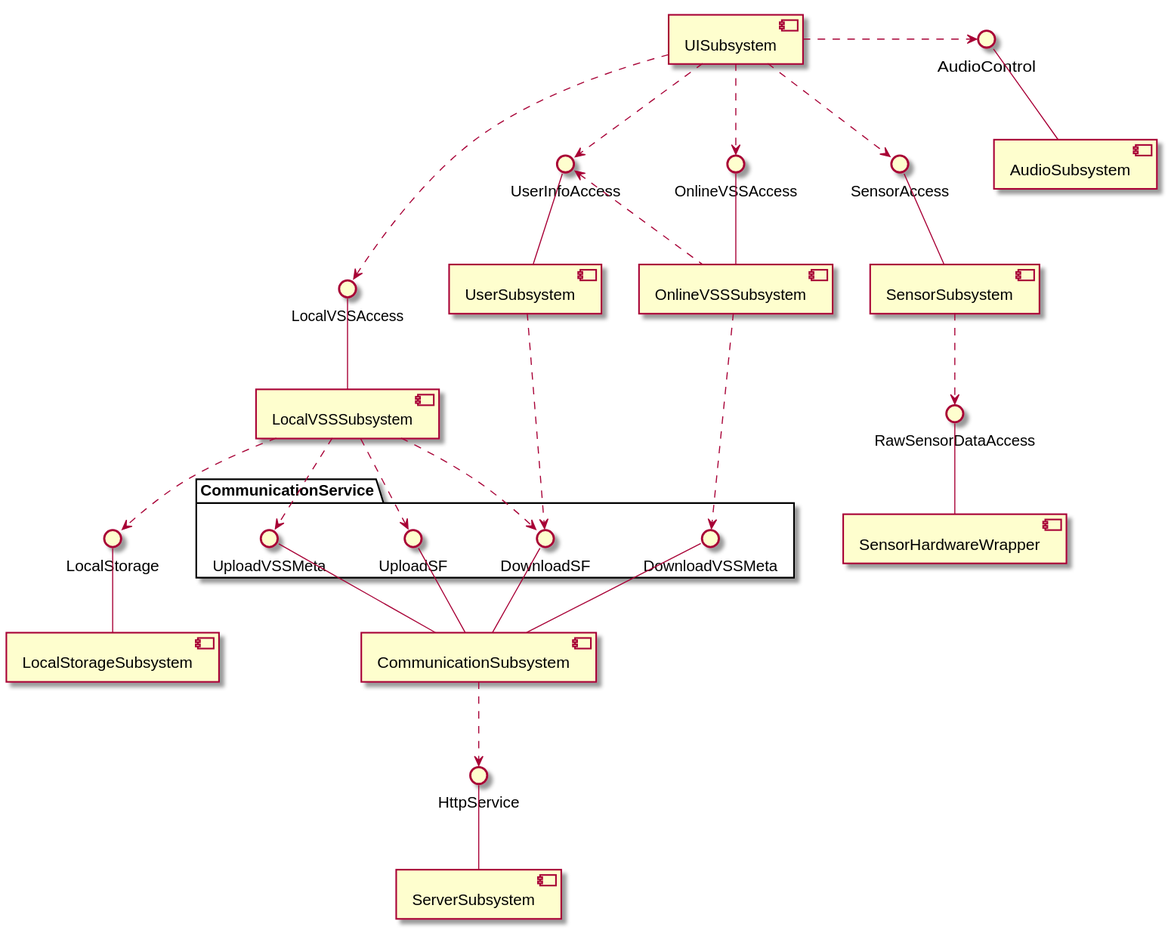
Earlier version of the PlantUML export 设计/Diagrams/SubsystemDecomposition.svg (kpp19920121/doc).
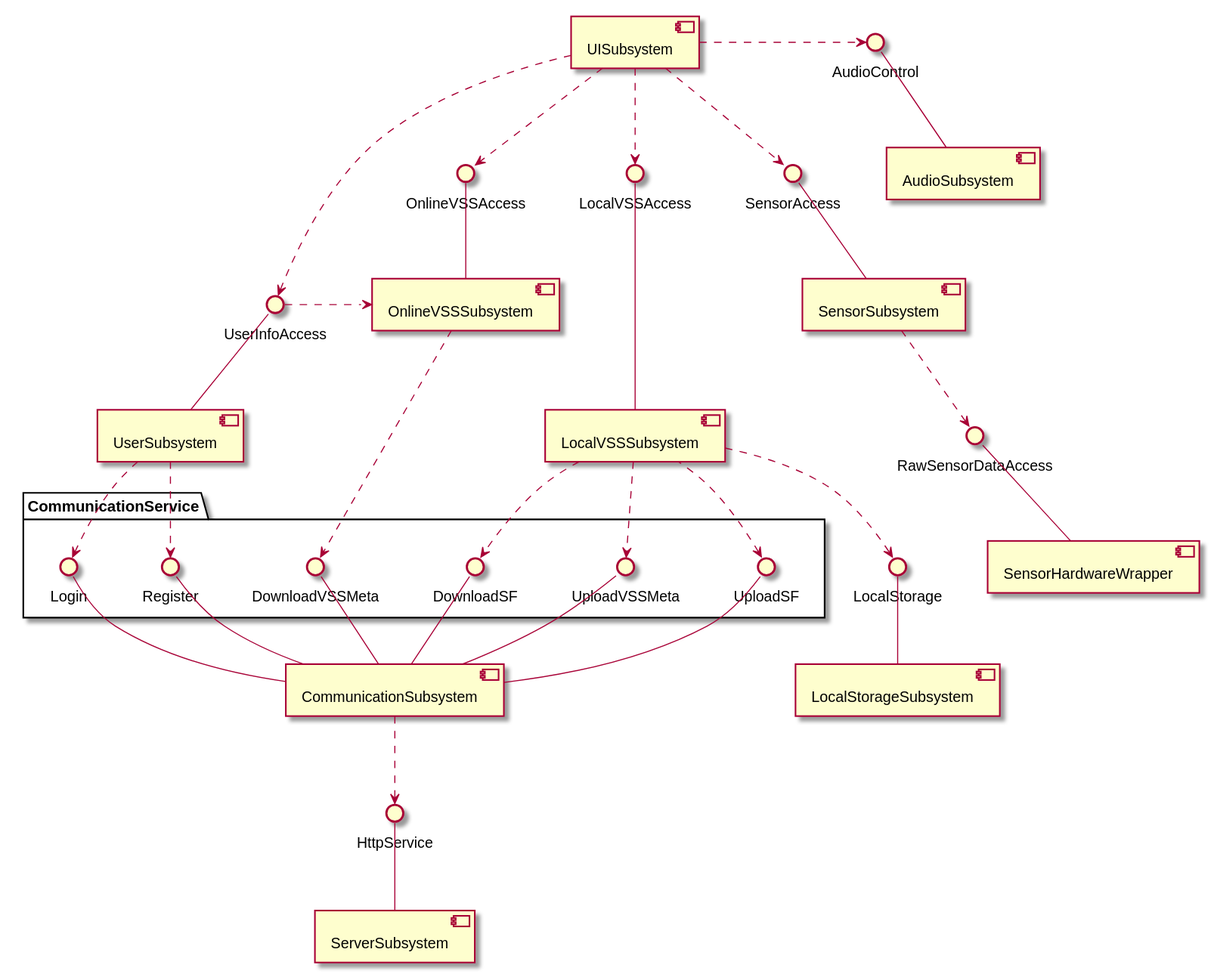
Later version of the same file.

Diff of the diagram source:
```diff
@@ -14,17 +14,21 @@
 
 
 package "CommunicationService" {
-    interface "UploadVSSMeta" as UL
+    interface "UploadVSSMeta" as UM
     interface "DownloadVSSMeta" as DL
     interface "UploadSF" as GR
     interface "DownloadSF" as US
+    interface "Register" as RG
+    interface "Login" as LG
 }
 component "CommunicationSubsystem" as CommunicationSubsystem
 
-    UL -- CommunicationSubsystem
+    UM -- CommunicationSubsystem
     DL -- CommunicationSubsystem
     GR -- CommunicationSubsystem
     US -- CommunicationSubsystem
+    RG -- CommunicationSubsystem
+    LG -- CommunicationSubsystem
 
 [LocalVSSSubsystem]
 [OnlineVSSSubsystem]
@@ -47,13 +51,15 @@
 [ServerSubsystem] -up- HttpService
 [OnlineVSSSubsystem] -up- OVA
 [LocalVSSSubsystem] -up- LVA
+[UserSubsystem] ..> LG
+[UserSubsystem] ..> RG
 
-[LocalVSSSubsystem] .down.> UL
+[LocalVSSSubsystem] .down.> UM
 [LocalVSSSubsystem] .up.> GR
 [LocalVSSSubsystem] .down.> US
+
 [OnlineVSSSubsystem] .-down.> DL
-[UserSubsystem] .-down-> US
-
+[OnlineVSSSubsystem] .[hidden].> US
 [UISubsystem] -down.> OVA
 [UISubsystem] .down.> LVA
 [UISubsystem] ..> SA
```
